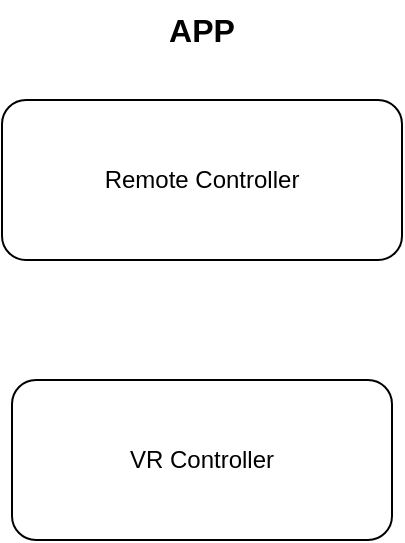
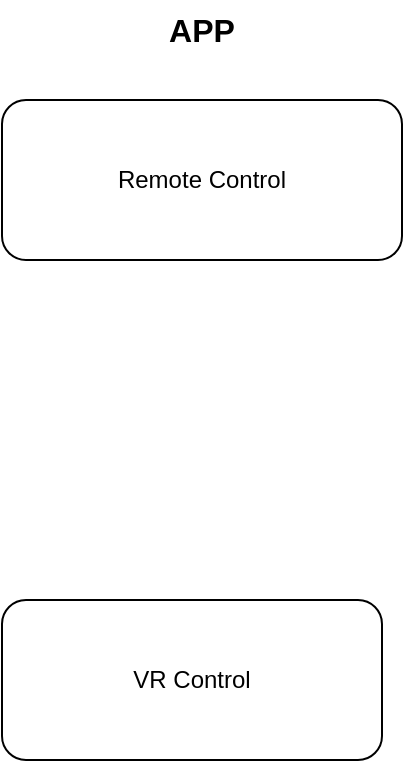
<mxfile host="app.diagrams.net">
  <diagram name="第 1 页" id="ybuJFLsuspTRZjUBc2Sj">
-     <mxGraphModel dx="1627" dy="864" grid="1" gridSize="10" guides="1" tooltips="1" connect="1" arrows="1" fold="1" page="1" pageScale="1" pageWidth="827" pageHeight="1169" math="0" shadow="0">
+     <mxGraphModel dx="1122" dy="596" grid="1" gridSize="10" guides="1" tooltips="1" connect="1" arrows="1" fold="1" page="1" pageScale="1" pageWidth="827" pageHeight="1169" math="0" shadow="0">
      <root>
        <mxCell id="0" />
        <mxCell id="1" parent="0" />
-         <mxCell id="IlZ43ksjCjAGZCLtcrJK-1" parent="1" style="rounded=1;whiteSpace=wrap;html=1;" value="Remote Controller" vertex="1">
+         <mxCell id="IlZ43ksjCjAGZCLtcrJK-1" parent="1" style="rounded=1;whiteSpace=wrap;html=1;" value="Remote Control" vertex="1">
          <mxGeometry height="80" width="200" x="80" y="190" as="geometry" />
        </mxCell>
        <mxCell id="IlZ43ksjCjAGZCLtcrJK-2" parent="1" style="text;html=1;whiteSpace=wrap;strokeColor=none;fillColor=none;align=center;verticalAlign=middle;rounded=0;fontStyle=1;fontSize=16;" value="APP" vertex="1">
          <mxGeometry height="30" width="60" x="150" y="140" as="geometry" />
        </mxCell>
-         <mxCell id="IlZ43ksjCjAGZCLtcrJK-3" parent="1" style="rounded=1;whiteSpace=wrap;html=1;" value="VR Controller" vertex="1">
-           <mxGeometry height="80" width="190" x="85" y="330" as="geometry" />
+         <mxCell id="IlZ43ksjCjAGZCLtcrJK-3" parent="1" style="rounded=1;whiteSpace=wrap;html=1;" value="VR Control" vertex="1">
+           <mxGeometry height="80" width="190" x="80" y="440" as="geometry" />
        </mxCell>
      </root>
    </mxGraphModel>
  </diagram>
</mxfile>
